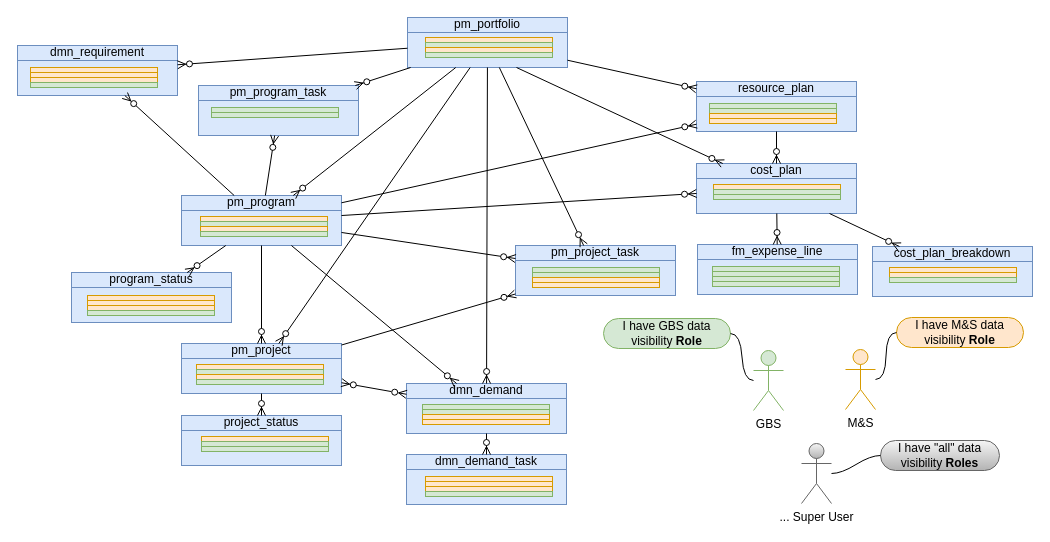
Above: page "concept" (4 of 6) of JTI_product.drawio in algimas/tmp (draw.io), before the change. Source tidied: cells renumbered, new cells numbered last; positions are measured from the earlier drawing's top-left corner, leaving out a move shared by most shapes. Both pictures are drawn from the tidied source at 100%, with x=0, y=0 at pixel (17, 17).
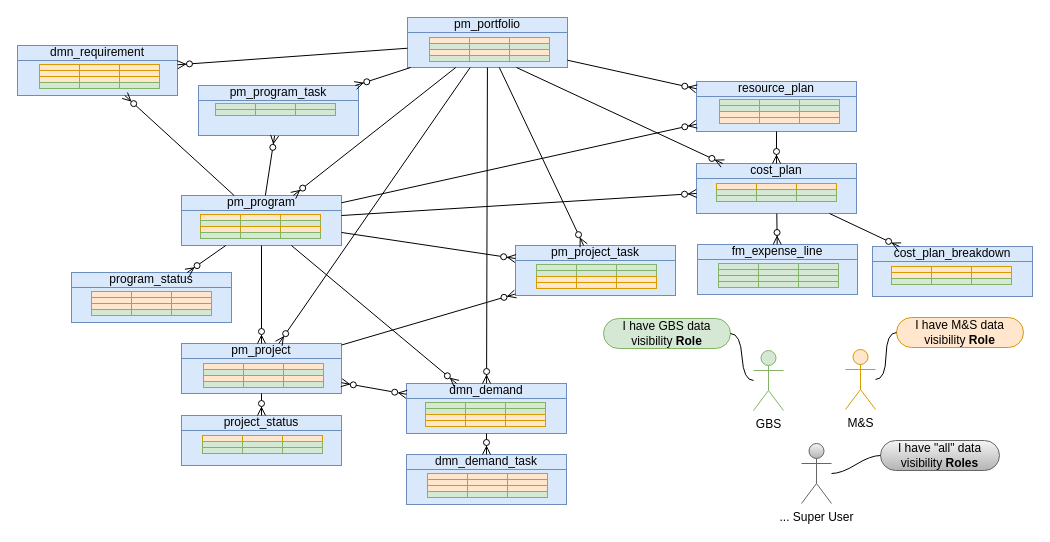
The same page after the edit.

The edit, as a diff of the source:
```diff
@@
-    <mxCell id="39" style="rounded=0;whiteSpace=wrap;html=1;fillColor=#ffe6cc;strokeColor=#d79b00;" parent="1" vertex="1">
-      <mxGeometry x="872" y="250" width="127" height="5" as="geometry" />
-    </mxCell>
-    <mxCell id="40" style="rounded=0;whiteSpace=wrap;html=1;fillColor=#ffe6cc;strokeColor=#d79b00;" parent="1" vertex="1">
-      <mxGeometry x="872" y="255" width="127" height="5" as="geometry" />
-    </mxCell>
-    <mxCell id="41" style="rounded=0;whiteSpace=wrap;html=1;fillColor=#d5e8d4;strokeColor=#82b366;" parent="1" vertex="1">
-      <mxGeometry x="872" y="260" width="127" height="5" as="geometry" />
-    </mxCell>
-    <mxCell id="42" style="rounded=0;whiteSpace=wrap;html=1;fillColor=#d5e8d4;strokeColor=#82b366;" parent="1" vertex="1">
-      <mxGeometry x="695" y="249" width="127" height="5" as="geometry" />
-    </mxCell>
-    <mxCell id="43" style="rounded=0;whiteSpace=wrap;html=1;fillColor=#d5e8d4;strokeColor=#82b366;" parent="1" vertex="1">
-      <mxGeometry x="695" y="254" width="127" height="5" as="geometry" />
-    </mxCell>
-    <mxCell id="44" style="rounded=0;whiteSpace=wrap;html=1;fillColor=#d5e8d4;strokeColor=#82b366;" parent="1" vertex="1">
-      <mxGeometry x="695" y="259" width="127" height="5" as="geometry" />
-    </mxCell>
-    <mxCell id="45" style="rounded=0;whiteSpace=wrap;html=1;fillColor=#d5e8d4;strokeColor=#82b366;" parent="1" vertex="1">
-      <mxGeometry x="695" y="264" width="127" height="5" as="geometry" />
-    </mxCell>
-    <mxCell id="46" style="rounded=0;whiteSpace=wrap;html=1;fillColor=#d5e8d4;strokeColor=#82b366;" parent="1" vertex="1">
-      <mxGeometry x="194" y="90" width="127" height="5" as="geometry" />
-    </mxCell>
-    <mxCell id="47" style="rounded=0;whiteSpace=wrap;html=1;fillColor=#d5e8d4;strokeColor=#82b366;" parent="1" vertex="1">
-      <mxGeometry x="194" y="95" width="127" height="5" as="geometry" />
-    </mxCell>
-    <mxCell id="48" style="rounded=0;whiteSpace=wrap;html=1;fillColor=#ffe6cc;strokeColor=#d79b00;" parent="1" vertex="1">
-      <mxGeometry x="408" y="459" width="127" height="5" as="geometry" />
-    </mxCell>
-    <mxCell id="49" style="rounded=0;whiteSpace=wrap;html=1;fillColor=#ffe6cc;strokeColor=#d79b00;" parent="1" vertex="1">
-      <mxGeometry x="408" y="464" width="127" height="5" as="geometry" />
-    </mxCell>
-    <mxCell id="50" style="rounded=0;whiteSpace=wrap;html=1;fillColor=#ffe6cc;strokeColor=#d79b00;" parent="1" vertex="1">
-      <mxGeometry x="408" y="469" width="127" height="5" as="geometry" />
-    </mxCell>
-    <mxCell id="51" style="rounded=0;whiteSpace=wrap;html=1;fillColor=#d5e8d4;strokeColor=#82b366;" parent="1" vertex="1">
-      <mxGeometry x="408" y="474" width="127" height="5" as="geometry" />
-    </mxCell>
-    <mxCell id="52" style="rounded=0;whiteSpace=wrap;html=1;fillColor=#ffe6cc;strokeColor=#d79b00;" parent="1" vertex="1">
-      <mxGeometry x="70" y="278" width="127" height="5" as="geometry" />
-    </mxCell>
-    <mxCell id="53" style="rounded=0;whiteSpace=wrap;html=1;fillColor=#ffe6cc;strokeColor=#d79b00;" parent="1" vertex="1">
-      <mxGeometry x="70" y="283" width="127" height="5" as="geometry" />
-    </mxCell>
-    <mxCell id="54" style="rounded=0;whiteSpace=wrap;html=1;fillColor=#ffe6cc;strokeColor=#d79b00;" parent="1" vertex="1">
-      <mxGeometry x="70" y="288" width="127" height="5" as="geometry" />
-    </mxCell>
-    <mxCell id="55" style="rounded=0;whiteSpace=wrap;html=1;fillColor=#d5e8d4;strokeColor=#82b366;" parent="1" vertex="1">
-      <mxGeometry x="70" y="293" width="127" height="5" as="geometry" />
-    </mxCell>
-    <mxCell id="56" style="rounded=0;whiteSpace=wrap;html=1;fillColor=#ffe6cc;strokeColor=#d79b00;" parent="1" vertex="1">
-      <mxGeometry x="13" y="50" width="127" height="5" as="geometry" />
-    </mxCell>
-    <mxCell id="57" style="rounded=0;whiteSpace=wrap;html=1;fillColor=#ffe6cc;strokeColor=#d79b00;" parent="1" vertex="1">
-      <mxGeometry x="13" y="55" width="127" height="5" as="geometry" />
-    </mxCell>
-    <mxCell id="58" style="rounded=0;whiteSpace=wrap;html=1;fillColor=#ffe6cc;strokeColor=#d79b00;" parent="1" vertex="1">
-      <mxGeometry x="13" y="60" width="127" height="5" as="geometry" />
-    </mxCell>
-    <mxCell id="59" style="rounded=0;whiteSpace=wrap;html=1;fillColor=#d5e8d4;strokeColor=#82b366;" parent="1" vertex="1">
-      <mxGeometry x="13" y="65" width="127" height="5" as="geometry" />
-    </mxCell>
-    <mxCell id="60" style="rounded=0;whiteSpace=wrap;html=1;fillColor=#ffe6cc;strokeColor=#d79b00;" parent="1" vertex="1">
-      <mxGeometry x="408" y="20" width="127" height="5" as="geometry" />
-    </mxCell>
-    <mxCell id="61" style="rounded=0;whiteSpace=wrap;html=1;fillColor=#d5e8d4;strokeColor=#82b366;" parent="1" vertex="1">
-      <mxGeometry x="408" y="25" width="127" height="5" as="geometry" />
-    </mxCell>
-    <mxCell id="62" style="rounded=0;whiteSpace=wrap;html=1;fillColor=#ffe6cc;strokeColor=#d79b00;" parent="1" vertex="1">
-      <mxGeometry x="408" y="30" width="127" height="5" as="geometry" />
-    </mxCell>
-    <mxCell id="63" style="rounded=0;whiteSpace=wrap;html=1;fillColor=#d5e8d4;strokeColor=#82b366;" parent="1" vertex="1">
-      <mxGeometry x="408" y="35" width="127" height="5" as="geometry" />
-    </mxCell>
-    <mxCell id="64" style="rounded=0;whiteSpace=wrap;html=1;fillColor=#ffe6cc;strokeColor=#d79b00;" parent="1" vertex="1">
-      <mxGeometry x="179" y="347" width="127" height="5" as="geometry" />
-    </mxCell>
-    <mxCell id="65" style="rounded=0;whiteSpace=wrap;html=1;fillColor=#d5e8d4;strokeColor=#82b366;" parent="1" vertex="1">
-      <mxGeometry x="179" y="352" width="127" height="5" as="geometry" />
-    </mxCell>
-    <mxCell id="66" style="rounded=0;whiteSpace=wrap;html=1;fillColor=#ffe6cc;strokeColor=#d79b00;" parent="1" vertex="1">
-      <mxGeometry x="179" y="357" width="127" height="5" as="geometry" />
-    </mxCell>
-    <mxCell id="67" style="rounded=0;whiteSpace=wrap;html=1;fillColor=#d5e8d4;strokeColor=#82b366;" parent="1" vertex="1">
-      <mxGeometry x="179" y="362" width="127" height="5" as="geometry" />
-    </mxCell>
-    <mxCell id="68" style="rounded=0;whiteSpace=wrap;html=1;fillColor=#ffe6cc;strokeColor=#d79b00;" parent="1" vertex="1">
-      <mxGeometry x="183" y="199" width="127" height="5" as="geometry" />
-    </mxCell>
-    <mxCell id="69" style="rounded=0;whiteSpace=wrap;html=1;fillColor=#d5e8d4;strokeColor=#82b366;" parent="1" vertex="1">
-      <mxGeometry x="183" y="204" width="127" height="5" as="geometry" />
-    </mxCell>
-    <mxCell id="70" style="rounded=0;whiteSpace=wrap;html=1;fillColor=#ffe6cc;strokeColor=#d79b00;" parent="1" vertex="1">
-      <mxGeometry x="183" y="209" width="127" height="5" as="geometry" />
-    </mxCell>
-    <mxCell id="71" style="rounded=0;whiteSpace=wrap;html=1;fillColor=#d5e8d4;strokeColor=#82b366;" parent="1" vertex="1">
-      <mxGeometry x="183" y="214" width="127" height="5" as="geometry" />
-    </mxCell>
-    <mxCell id="72" style="rounded=0;whiteSpace=wrap;html=1;fillColor=#d5e8d4;strokeColor=#82b366;" parent="1" vertex="1">
-      <mxGeometry x="692" y="86" width="127" height="5" as="geometry" />
-    </mxCell>
-    <mxCell id="73" style="rounded=0;whiteSpace=wrap;html=1;fillColor=#d5e8d4;strokeColor=#82b366;" parent="1" vertex="1">
-      <mxGeometry x="692" y="91" width="127" height="5" as="geometry" />
-    </mxCell>
-    <mxCell id="74" style="rounded=0;whiteSpace=wrap;html=1;fillColor=#ffe6cc;strokeColor=#d79b00;" parent="1" vertex="1">
-      <mxGeometry x="692" y="96" width="127" height="5" as="geometry" />
-    </mxCell>
-    <mxCell id="75" style="rounded=0;whiteSpace=wrap;html=1;fillColor=#ffe6cc;strokeColor=#d79b00;" parent="1" vertex="1">
-      <mxGeometry x="692" y="101" width="127" height="5" as="geometry" />
-    </mxCell>
-    <mxCell id="76" style="rounded=0;whiteSpace=wrap;html=1;fillColor=#d5e8d4;strokeColor=#82b366;" parent="1" vertex="1">
-      <mxGeometry x="515" y="250" width="127" height="5" as="geometry" />
-    </mxCell>
-    <mxCell id="77" style="rounded=0;whiteSpace=wrap;html=1;fillColor=#d5e8d4;strokeColor=#82b366;" parent="1" vertex="1">
-      <mxGeometry x="515" y="255" width="127" height="5" as="geometry" />
-    </mxCell>
-    <mxCell id="78" style="rounded=0;whiteSpace=wrap;html=1;fillColor=#ffe6cc;strokeColor=#d79b00;" parent="1" vertex="1">
-      <mxGeometry x="515" y="260" width="127" height="5" as="geometry" />
-    </mxCell>
-    <mxCell id="79" style="rounded=0;whiteSpace=wrap;html=1;fillColor=#ffe6cc;strokeColor=#d79b00;" parent="1" vertex="1">
-      <mxGeometry x="515" y="265" width="127" height="5" as="geometry" />
-    </mxCell>
-    <mxCell id="80" style="rounded=0;whiteSpace=wrap;html=1;fillColor=#d5e8d4;strokeColor=#82b366;" parent="1" vertex="1">
-      <mxGeometry x="405" y="387" width="127" height="5" as="geometry" />
-    </mxCell>
-    <mxCell id="81" style="rounded=0;whiteSpace=wrap;html=1;fillColor=#d5e8d4;strokeColor=#82b366;" parent="1" vertex="1">
-      <mxGeometry x="405" y="392" width="127" height="5" as="geometry" />
-    </mxCell>
-    <mxCell id="82" style="rounded=0;whiteSpace=wrap;html=1;fillColor=#ffe6cc;strokeColor=#d79b00;" parent="1" vertex="1">
-      <mxGeometry x="405" y="397" width="127" height="5" as="geometry" />
-    </mxCell>
-    <mxCell id="83" style="rounded=0;whiteSpace=wrap;html=1;fillColor=#ffe6cc;strokeColor=#d79b00;" parent="1" vertex="1">
-      <mxGeometry x="405" y="402" width="127" height="5" as="geometry" />
-    </mxCell>
-    <mxCell id="84" style="rounded=0;whiteSpace=wrap;html=1;fillColor=#ffe6cc;strokeColor=#d79b00;" parent="1" vertex="1">
-      <mxGeometry x="696" y="167" width="127" height="5" as="geometry" />
-    </mxCell>
-    <mxCell id="85" style="rounded=0;whiteSpace=wrap;html=1;fillColor=#d5e8d4;strokeColor=#82b366;" parent="1" vertex="1">
-      <mxGeometry x="696" y="172" width="127" height="5" as="geometry" />
-    </mxCell>
-    <mxCell id="86" style="rounded=0;whiteSpace=wrap;html=1;fillColor=#d5e8d4;strokeColor=#82b366;" parent="1" vertex="1">
-      <mxGeometry x="696" y="177" width="127" height="5" as="geometry" />
-    </mxCell>
-    <mxCell id="87" style="rounded=0;whiteSpace=wrap;html=1;fillColor=#ffe6cc;strokeColor=#d79b00;" parent="1" vertex="1">
-      <mxGeometry x="184" y="419" width="127" height="5" as="geometry" />
-    </mxCell>
-    <mxCell id="88" style="rounded=0;whiteSpace=wrap;html=1;fillColor=#d5e8d4;strokeColor=#82b366;" parent="1" vertex="1">
-      <mxGeometry x="184" y="424" width="127" height="5" as="geometry" />
-    </mxCell>
-    <mxCell id="89" style="rounded=0;whiteSpace=wrap;html=1;fillColor=#d5e8d4;strokeColor=#82b366;" parent="1" vertex="1">
-      <mxGeometry x="184" y="429" width="127" height="5" as="geometry" />
-    </mxCell>
@@
+    <mxCell id="99" style="shape=process;whiteSpace=wrap;html=1;backgroundOutline=1;size=0.33214285714285646;fillColor=#ffe6cc;strokeColor=#d79b00;" parent="1" vertex="1">
+      <mxGeometry x="186" y="346" width="120" height="6" as="geometry" />
+    </mxCell>
+    <mxCell id="100" style="shape=process;whiteSpace=wrap;html=1;backgroundOutline=1;size=0.33214285714285646;fillColor=#d5e8d4;strokeColor=#82b366;" parent="1" vertex="1">
+      <mxGeometry x="186" y="352" width="120" height="6" as="geometry" />
+    </mxCell>
+    <mxCell id="101" style="shape=process;whiteSpace=wrap;html=1;backgroundOutline=1;size=0.33214285714285646;fillColor=#ffe6cc;strokeColor=#d79b00;" parent="1" vertex="1">
+      <mxGeometry x="186" y="358" width="120" height="6" as="geometry" />
+    </mxCell>
+    <mxCell id="102" style="shape=process;whiteSpace=wrap;html=1;backgroundOutline=1;size=0.33214285714285646;fillColor=#d5e8d4;strokeColor=#82b366;" parent="1" vertex="1">
+      <mxGeometry x="186" y="364" width="120" height="6" as="geometry" />
+    </mxCell>
+    <mxCell id="103" style="shape=process;whiteSpace=wrap;html=1;backgroundOutline=1;size=0.33214285714285646;fillColor=#ffe6cc;strokeColor=#d79b00;" parent="1" vertex="1">
+      <mxGeometry x="183" y="197" width="120" height="6" as="geometry" />
+    </mxCell>
+    <mxCell id="104" style="shape=process;whiteSpace=wrap;html=1;backgroundOutline=1;size=0.33214285714285646;fillColor=#d5e8d4;strokeColor=#82b366;" parent="1" vertex="1">
+      <mxGeometry x="183" y="203" width="120" height="6" as="geometry" />
+    </mxCell>
+    <mxCell id="105" style="shape=process;whiteSpace=wrap;html=1;backgroundOutline=1;size=0.33214285714285646;fillColor=#ffe6cc;strokeColor=#d79b00;" parent="1" vertex="1">
+      <mxGeometry x="183" y="209" width="120" height="6" as="geometry" />
+    </mxCell>
+    <mxCell id="106" style="shape=process;whiteSpace=wrap;html=1;backgroundOutline=1;size=0.33214285714285646;fillColor=#d5e8d4;strokeColor=#82b366;" parent="1" vertex="1">
+      <mxGeometry x="183" y="215" width="120" height="6" as="geometry" />
+    </mxCell>
+    <mxCell id="107" style="shape=process;whiteSpace=wrap;html=1;backgroundOutline=1;size=0.33214285714285646;fillColor=#ffe6cc;strokeColor=#d79b00;" parent="1" vertex="1">
+      <mxGeometry x="412" y="20" width="120" height="6" as="geometry" />
+    </mxCell>
+    <mxCell id="108" style="shape=process;whiteSpace=wrap;html=1;backgroundOutline=1;size=0.33214285714285646;fillColor=#d5e8d4;strokeColor=#82b366;" parent="1" vertex="1">
+      <mxGeometry x="412" y="26" width="120" height="6" as="geometry" />
+    </mxCell>
+    <mxCell id="109" style="shape=process;whiteSpace=wrap;html=1;backgroundOutline=1;size=0.33214285714285646;fillColor=#ffe6cc;strokeColor=#d79b00;" parent="1" vertex="1">
+      <mxGeometry x="412" y="32" width="120" height="6" as="geometry" />
+    </mxCell>
+    <mxCell id="110" style="shape=process;whiteSpace=wrap;html=1;backgroundOutline=1;size=0.33214285714285646;fillColor=#d5e8d4;strokeColor=#82b366;" parent="1" vertex="1">
+      <mxGeometry x="412" y="38" width="120" height="6" as="geometry" />
+    </mxCell>
+    <mxCell id="111" style="shape=process;whiteSpace=wrap;html=1;backgroundOutline=1;size=0.33214285714285646;fillColor=#ffe6cc;strokeColor=#d79b00;" parent="1" vertex="1">
+      <mxGeometry x="410" y="456" width="120" height="6" as="geometry" />
+    </mxCell>
+    <mxCell id="112" style="shape=process;whiteSpace=wrap;html=1;backgroundOutline=1;size=0.33214285714285646;fillColor=#ffe6cc;strokeColor=#d79b00;" parent="1" vertex="1">
+      <mxGeometry x="410" y="462" width="120" height="6" as="geometry" />
+    </mxCell>
+    <mxCell id="113" style="shape=process;whiteSpace=wrap;html=1;backgroundOutline=1;size=0.33214285714285646;fillColor=#ffe6cc;strokeColor=#d79b00;" parent="1" vertex="1">
+      <mxGeometry x="410" y="468" width="120" height="6" as="geometry" />
+    </mxCell>
+    <mxCell id="114" style="shape=process;whiteSpace=wrap;html=1;backgroundOutline=1;size=0.33214285714285646;fillColor=#d5e8d4;strokeColor=#82b366;" parent="1" vertex="1">
+      <mxGeometry x="410" y="474" width="120" height="6" as="geometry" />
+    </mxCell>
+    <mxCell id="115" style="shape=process;whiteSpace=wrap;html=1;backgroundOutline=1;size=0.33214285714285646;fillColor=#ffe6cc;strokeColor=#d79b00;" parent="1" vertex="1">
+      <mxGeometry x="74" y="274" width="120" height="6" as="geometry" />
+    </mxCell>
+    <mxCell id="116" style="shape=process;whiteSpace=wrap;html=1;backgroundOutline=1;size=0.33214285714285646;fillColor=#ffe6cc;strokeColor=#d79b00;" parent="1" vertex="1">
+      <mxGeometry x="74" y="280" width="120" height="6" as="geometry" />
+    </mxCell>
+    <mxCell id="117" style="shape=process;whiteSpace=wrap;html=1;backgroundOutline=1;size=0.33214285714285646;fillColor=#ffe6cc;strokeColor=#d79b00;" parent="1" vertex="1">
+      <mxGeometry x="74" y="286" width="120" height="6" as="geometry" />
+    </mxCell>
+    <mxCell id="118" style="shape=process;whiteSpace=wrap;html=1;backgroundOutline=1;size=0.33214285714285646;fillColor=#d5e8d4;strokeColor=#82b366;" parent="1" vertex="1">
+      <mxGeometry x="74" y="292" width="120" height="6" as="geometry" />
+    </mxCell>
+    <mxCell id="119" style="shape=process;whiteSpace=wrap;html=1;backgroundOutline=1;size=0.33214285714285646;fillColor=#ffe6cc;strokeColor=#d79b00;" parent="1" vertex="1">
+      <mxGeometry x="22" y="47" width="120" height="6" as="geometry" />
+    </mxCell>
+    <mxCell id="120" style="shape=process;whiteSpace=wrap;html=1;backgroundOutline=1;size=0.33214285714285646;fillColor=#ffe6cc;strokeColor=#d79b00;" parent="1" vertex="1">
+      <mxGeometry x="22" y="53" width="120" height="6" as="geometry" />
+    </mxCell>
+    <mxCell id="121" style="shape=process;whiteSpace=wrap;html=1;backgroundOutline=1;size=0.33214285714285646;fillColor=#ffe6cc;strokeColor=#d79b00;" parent="1" vertex="1">
+      <mxGeometry x="22" y="59" width="120" height="6" as="geometry" />
+    </mxCell>
+    <mxCell id="122" style="shape=process;whiteSpace=wrap;html=1;backgroundOutline=1;size=0.33214285714285646;fillColor=#d5e8d4;strokeColor=#82b366;" parent="1" vertex="1">
+      <mxGeometry x="22" y="65" width="120" height="6" as="geometry" />
+    </mxCell>
+    <mxCell id="123" style="shape=process;whiteSpace=wrap;html=1;backgroundOutline=1;size=0.33214285714285646;fillColor=#ffe6cc;strokeColor=#d79b00;" parent="1" vertex="1">
+      <mxGeometry x="874" y="249" width="120" height="6" as="geometry" />
+    </mxCell>
+    <mxCell id="124" style="shape=process;whiteSpace=wrap;html=1;backgroundOutline=1;size=0.33214285714285646;fillColor=#ffe6cc;strokeColor=#d79b00;" parent="1" vertex="1">
+      <mxGeometry x="874" y="255" width="120" height="6" as="geometry" />
+    </mxCell>
+    <mxCell id="125" style="shape=process;whiteSpace=wrap;html=1;backgroundOutline=1;size=0.33214285714285646;fillColor=#d5e8d4;strokeColor=#82b366;" parent="1" vertex="1">
+      <mxGeometry x="874" y="261" width="120" height="6" as="geometry" />
+    </mxCell>
+    <mxCell id="126" style="shape=process;whiteSpace=wrap;html=1;backgroundOutline=1;size=0.33214285714285646;fillColor=#ffe6cc;strokeColor=#d79b00;" parent="1" vertex="1">
+      <mxGeometry x="699" y="166" width="120" height="6" as="geometry" />
+    </mxCell>
+    <mxCell id="127" style="shape=process;whiteSpace=wrap;html=1;backgroundOutline=1;size=0.33214285714285646;fillColor=#d5e8d4;strokeColor=#82b366;" parent="1" vertex="1">
+      <mxGeometry x="699" y="172" width="120" height="6" as="geometry" />
+    </mxCell>
+    <mxCell id="128" style="shape=process;whiteSpace=wrap;html=1;backgroundOutline=1;size=0.33214285714285646;fillColor=#d5e8d4;strokeColor=#82b366;" parent="1" vertex="1">
+      <mxGeometry x="699" y="178" width="120" height="6" as="geometry" />
+    </mxCell>
+    <mxCell id="129" style="shape=process;whiteSpace=wrap;html=1;backgroundOutline=1;size=0.33214285714285646;fillColor=#ffe6cc;strokeColor=#d79b00;" parent="1" vertex="1">
+      <mxGeometry x="185" y="418" width="120" height="6" as="geometry" />
+    </mxCell>
+    <mxCell id="130" style="shape=process;whiteSpace=wrap;html=1;backgroundOutline=1;size=0.33214285714285646;fillColor=#d5e8d4;strokeColor=#82b366;" parent="1" vertex="1">
+      <mxGeometry x="185" y="424" width="120" height="6" as="geometry" />
+    </mxCell>
+    <mxCell id="131" style="shape=process;whiteSpace=wrap;html=1;backgroundOutline=1;size=0.33214285714285646;fillColor=#d5e8d4;strokeColor=#82b366;" parent="1" vertex="1">
+      <mxGeometry x="185" y="430" width="120" height="6" as="geometry" />
+    </mxCell>
+    <mxCell id="132" style="shape=process;whiteSpace=wrap;html=1;backgroundOutline=1;size=0.33214285714285646;fillColor=#d5e8d4;strokeColor=#82b366;" parent="1" vertex="1">
+      <mxGeometry x="701" y="246" width="120" height="6" as="geometry" />
+    </mxCell>
+    <mxCell id="133" style="shape=process;whiteSpace=wrap;html=1;backgroundOutline=1;size=0.33214285714285646;fillColor=#d5e8d4;strokeColor=#82b366;" parent="1" vertex="1">
+      <mxGeometry x="701" y="252" width="120" height="6" as="geometry" />
+    </mxCell>
+    <mxCell id="134" style="shape=process;whiteSpace=wrap;html=1;backgroundOutline=1;size=0.33214285714285646;fillColor=#d5e8d4;strokeColor=#82b366;" parent="1" vertex="1">
+      <mxGeometry x="701" y="258" width="120" height="6" as="geometry" />
+    </mxCell>
+    <mxCell id="135" style="shape=process;whiteSpace=wrap;html=1;backgroundOutline=1;size=0.33214285714285646;fillColor=#d5e8d4;strokeColor=#82b366;" parent="1" vertex="1">
+      <mxGeometry x="701" y="264" width="120" height="6" as="geometry" />
+    </mxCell>
+    <mxCell id="136" style="shape=process;whiteSpace=wrap;html=1;backgroundOutline=1;size=0.33214285714285646;fillColor=#d5e8d4;strokeColor=#82b366;" parent="1" vertex="1">
+      <mxGeometry x="408" y="385" width="120" height="6" as="geometry" />
+    </mxCell>
+    <mxCell id="137" style="shape=process;whiteSpace=wrap;html=1;backgroundOutline=1;size=0.33214285714285646;fillColor=#d5e8d4;strokeColor=#82b366;" parent="1" vertex="1">
+      <mxGeometry x="408" y="391" width="120" height="6" as="geometry" />
+    </mxCell>
+    <mxCell id="138" style="shape=process;whiteSpace=wrap;html=1;backgroundOutline=1;size=0.33214285714285646;fillColor=#ffe6cc;strokeColor=#d79b00;" parent="1" vertex="1">
+      <mxGeometry x="408" y="397" width="120" height="6" as="geometry" />
+    </mxCell>
+    <mxCell id="139" style="shape=process;whiteSpace=wrap;html=1;backgroundOutline=1;size=0.33214285714285646;fillColor=#ffe6cc;strokeColor=#d79b00;" parent="1" vertex="1">
+      <mxGeometry x="408" y="403" width="120" height="6" as="geometry" />
+    </mxCell>
+    <mxCell id="140" style="shape=process;whiteSpace=wrap;html=1;backgroundOutline=1;size=0.33214285714285646;fillColor=#d5e8d4;strokeColor=#82b366;" parent="1" vertex="1">
+      <mxGeometry x="519" y="247" width="120" height="6" as="geometry" />
+    </mxCell>
+    <mxCell id="141" style="shape=process;whiteSpace=wrap;html=1;backgroundOutline=1;size=0.33214285714285646;fillColor=#d5e8d4;strokeColor=#82b366;" parent="1" vertex="1">
+      <mxGeometry x="519" y="253" width="120" height="6" as="geometry" />
+    </mxCell>
+    <mxCell id="142" style="shape=process;whiteSpace=wrap;html=1;backgroundOutline=1;size=0.33214285714285646;fillColor=#ffe6cc;strokeColor=#d79b00;" parent="1" vertex="1">
+      <mxGeometry x="519" y="259" width="120" height="6" as="geometry" />
+    </mxCell>
+    <mxCell id="143" style="shape=process;whiteSpace=wrap;html=1;backgroundOutline=1;size=0.33214285714285646;fillColor=#ffe6cc;strokeColor=#d79b00;" parent="1" vertex="1">
+      <mxGeometry x="519" y="265" width="120" height="6" as="geometry" />
+    </mxCell>
+    <mxCell id="144" style="shape=process;whiteSpace=wrap;html=1;backgroundOutline=1;size=0.33214285714285646;fillColor=#d5e8d4;strokeColor=#82b366;" parent="1" vertex="1">
+      <mxGeometry x="702" y="82" width="120" height="6" as="geometry" />
+    </mxCell>
+    <mxCell id="145" style="shape=process;whiteSpace=wrap;html=1;backgroundOutline=1;size=0.33214285714285646;fillColor=#d5e8d4;strokeColor=#82b366;" parent="1" vertex="1">
+      <mxGeometry x="702" y="88" width="120" height="6" as="geometry" />
+    </mxCell>
+    <mxCell id="146" style="shape=process;whiteSpace=wrap;html=1;backgroundOutline=1;size=0.33214285714285646;fillColor=#ffe6cc;strokeColor=#d79b00;" parent="1" vertex="1">
+      <mxGeometry x="702" y="94" width="120" height="6" as="geometry" />
+    </mxCell>
+    <mxCell id="147" style="shape=process;whiteSpace=wrap;html=1;backgroundOutline=1;size=0.33214285714285646;fillColor=#ffe6cc;strokeColor=#d79b00;" parent="1" vertex="1">
+      <mxGeometry x="702" y="100" width="120" height="6" as="geometry" />
+    </mxCell>
+    <mxCell id="148" style="shape=process;whiteSpace=wrap;html=1;backgroundOutline=1;size=0.33214285714285646;fillColor=#d5e8d4;strokeColor=#82b366;" parent="1" vertex="1">
+      <mxGeometry x="198" y="86" width="120" height="6" as="geometry" />
+    </mxCell>
+    <mxCell id="149" style="shape=process;whiteSpace=wrap;html=1;backgroundOutline=1;size=0.33214285714285646;fillColor=#d5e8d4;strokeColor=#82b366;" parent="1" vertex="1">
+      <mxGeometry x="198" y="92" width="120" height="6" as="geometry" />
+    </mxCell>
```
